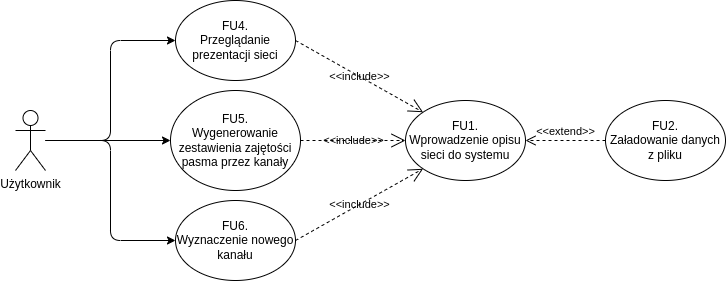
mGarbowski/pzsp2-projekt keeps this draw.io diagram as docs/diagrams/system-use-cases.drawio.png. Above is the earlier version. Source tidied: cells renumbered, new cells last; positions are measured from the earlier drawing's top-left corner, leaving out a move shared by most shapes.
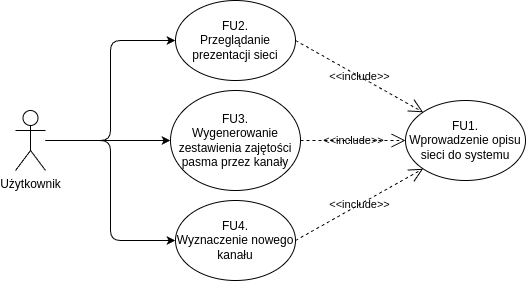
The same file after the commit.

What changed in the source:
```diff
@@ -17,21 +17,15 @@
     <mxCell id="6" value="&lt;div&gt;FU1.&lt;/div&gt;&lt;div&gt;Wprowadzenie opisu sieci do systemu&lt;br&gt;&lt;/div&gt;" style="ellipse;whiteSpace=wrap;html=1;labelBackgroundColor=none;" parent="1" vertex="1">
       <mxGeometry x="390" y="100" width="120" height="80" as="geometry" />
     </mxCell>
-    <mxCell id="7" value="&lt;div&gt;FU2.&lt;/div&gt;&lt;div&gt;Załadowanie danych z pliku&lt;br&gt;&lt;/div&gt;" style="ellipse;whiteSpace=wrap;html=1;labelBackgroundColor=none;" parent="1" vertex="1">
-      <mxGeometry x="590" y="100" width="120" height="80" as="geometry" />
-    </mxCell>
-    <mxCell id="8" value="&lt;div&gt;FU4.&lt;/div&gt;&lt;div&gt;Przeglądanie prezentacji sieci&lt;br&gt;&lt;/div&gt;" style="ellipse;whiteSpace=wrap;html=1;labelBackgroundColor=none;" parent="1" vertex="1">
+    <mxCell id="8" value="&lt;div&gt;FU2.&lt;/div&gt;&lt;div&gt;Przeglądanie prezentacji sieci&lt;br&gt;&lt;/div&gt;" style="ellipse;whiteSpace=wrap;html=1;labelBackgroundColor=none;" parent="1" vertex="1">
       <mxGeometry x="160" width="120" height="80" as="geometry" />
     </mxCell>
-    <mxCell id="9" value="&lt;div&gt;FU5.&lt;/div&gt;&lt;div&gt;Wygenerowanie zestawienia zajętości pasma przez kanały&lt;br&gt;&lt;/div&gt;" style="ellipse;whiteSpace=wrap;html=1;labelBackgroundColor=none;" parent="1" vertex="1">
+    <mxCell id="9" value="&lt;div&gt;FU3.&lt;/div&gt;&lt;div&gt;Wygenerowanie zestawienia zajętości pasma przez kanały&lt;br&gt;&lt;/div&gt;" style="ellipse;whiteSpace=wrap;html=1;labelBackgroundColor=none;" parent="1" vertex="1">
       <mxGeometry x="155" y="90" width="130" height="100" as="geometry" />
     </mxCell>
-    <mxCell id="10" value="&lt;div&gt;FU6.&lt;/div&gt;&lt;div&gt;Wyznaczenie nowego kanału&lt;br&gt;&lt;/div&gt;" style="ellipse;whiteSpace=wrap;html=1;labelBackgroundColor=none;" parent="1" vertex="1">
+    <mxCell id="10" value="&lt;div&gt;FU4.&lt;/div&gt;&lt;div&gt;Wyznaczenie nowego kanału&lt;br&gt;&lt;/div&gt;" style="ellipse;whiteSpace=wrap;html=1;labelBackgroundColor=none;" parent="1" vertex="1">
       <mxGeometry x="160" y="200" width="120" height="80" as="geometry" />
     </mxCell>
-    <mxCell id="11" value="&amp;lt;&amp;lt;extend&amp;gt;&amp;gt;" style="html=1;verticalAlign=bottom;endArrow=open;dashed=1;endSize=8;curved=0;rounded=0;fontColor=default;exitX=0;exitY=0.5;exitDx=0;exitDy=0;entryX=1;entryY=0.5;entryDx=0;entryDy=0;labelBackgroundColor=none;" parent="1" edge="1" source="7" target="6">
-      <mxGeometry relative="1" as="geometry" />
-    </mxCell>
     <mxCell id="12" value="&amp;lt;&amp;lt;include&amp;gt;&amp;gt;" style="endArrow=open;endSize=12;dashed=1;html=1;fontColor=default;exitX=1;exitY=0.5;exitDx=0;exitDy=0;entryX=0;entryY=0;entryDx=0;entryDy=0;labelBackgroundColor=none;" parent="1" edge="1" source="8" target="6">
       <mxGeometry relative="1" as="geometry" />
     </mxCell>
```
